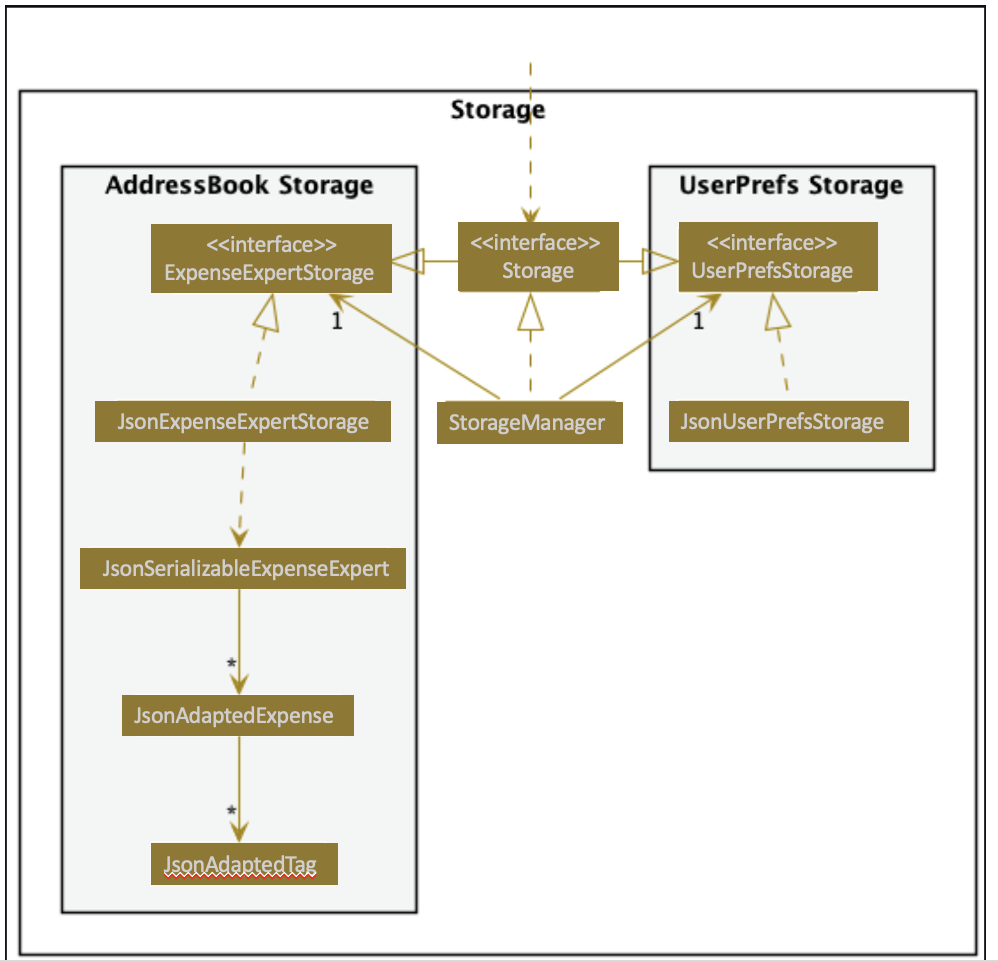
The PlantUML diagram docs/images/StorageClassDiagram.png in riakhaitan/tp, before a commit. Its source is kept beside it as docs/diagrams/StorageClassDiagram.puml.
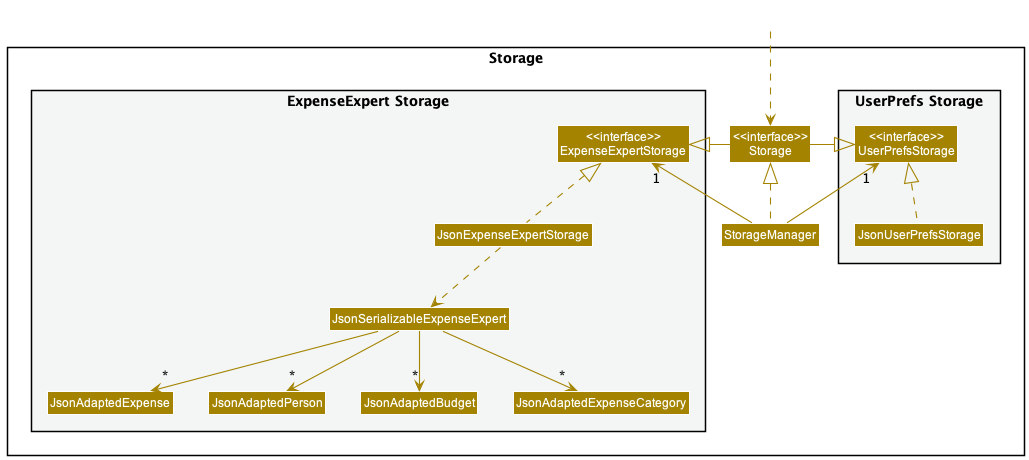
The same file after the commit.

Diff of the diagram source:
```diff
@@ -18,8 +18,10 @@
 Class "<<interface>>\nExpenseExpertStorage" as ExpenseExpertStorage
 Class JsonExpenseExpertStorage
 Class JsonSerializableExpenseExpert
-Class JsonAdaptedUniqueExpenseList
-Class JsonAdaptedTag
+Class JsonAdaptedExpense
+Class JsonAdaptedPerson
+Class JsonAdaptedBudget
+Class JsonAdaptedExpenseCategory
 }
 
 }
@@ -37,7 +39,8 @@
 JsonUserPrefsStorage .up.|> UserPrefsStorage
 JsonExpenseExpertStorage .up.|> ExpenseExpertStorage
 JsonExpenseExpertStorage ..> JsonSerializableExpenseExpert
+JsonSerializableExpenseExpert --> "*" JsonAdaptedExpense
 JsonSerializableExpenseExpert --> "*" JsonAdaptedPerson
-JsonAdaptedPerson --> "*" JsonAdaptedTag
-
+JsonSerializableExpenseExpert --> "*" JsonAdaptedBudget
+JsonSerializableExpenseExpert --> "*" JsonAdaptedExpenseCategory
 @enduml
```
